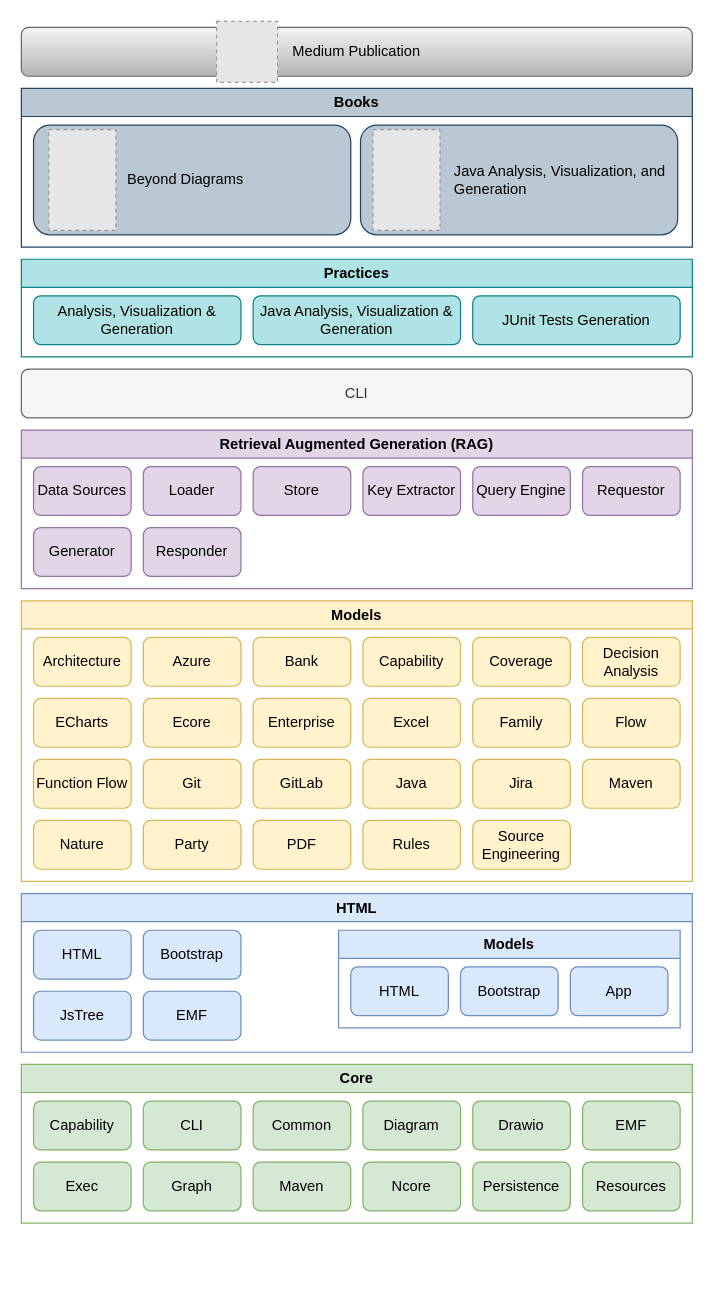
This is model/nasdanika.drawio from Nasdanika/nasdanika.github.io, a draw.io file, before an edit. Source tidied: cells renumbered, new cells numbered last; positions are measured from the earlier drawing's top-left corner, leaving out a move shared by most shapes. Both pictures are drawn from the tidied source at 122%, with x=0, y=0 at pixel (21, 21). Pictures stored in the file or linked from it are replaced by grey dashed boxes.
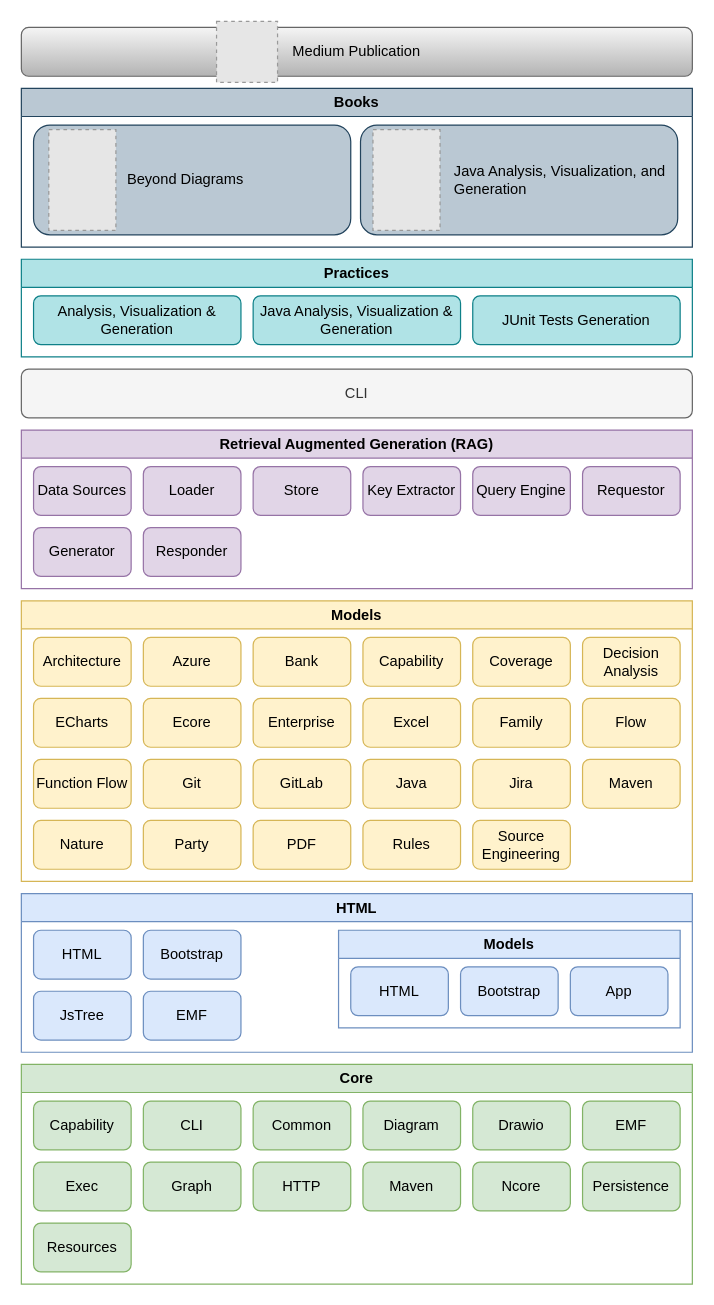
After the change.

What changed in the source:
```diff
@@
     <mxCell id="2" value="Core" style="swimlane;whiteSpace=wrap;html=1;fillColor=#d5e8d4;strokeColor=#82b366;" parent="1" vertex="1">
-      <mxGeometry y="855" width="550" height="130" as="geometry" />
+      <mxGeometry y="855" width="550" height="180" as="geometry" />
     </mxCell>
@@
     <mxCell id="4" value="Resources" style="rounded=1;whiteSpace=wrap;html=1;fillColor=#d5e8d4;strokeColor=#82b366;" parent="2" vertex="1">
-      <mxGeometry x="460" y="80" width="80" height="40" as="geometry" />
+      <mxGeometry x="10" y="130" width="80" height="40" as="geometry" />
     </mxCell>
     <mxCell id="5" value="Persistence" style="rounded=1;whiteSpace=wrap;html=1;fillColor=#d5e8d4;strokeColor=#82b366;" parent="2" vertex="1">
-      <mxGeometry x="370" y="80" width="80" height="40" as="geometry" />
+      <mxGeometry x="460" y="80" width="80" height="40" as="geometry" />
     </mxCell>
     <mxCell id="6" value="Ncore" style="rounded=1;whiteSpace=wrap;html=1;fillColor=#d5e8d4;strokeColor=#82b366;" parent="2" vertex="1">
-      <mxGeometry x="280" y="80" width="80" height="40" as="geometry" />
+      <mxGeometry x="370" y="80" width="80" height="40" as="geometry" />
     </mxCell>
@@
     <mxCell id="12" value="Maven" style="rounded=1;whiteSpace=wrap;html=1;fillColor=#d5e8d4;strokeColor=#82b366;" parent="2" vertex="1">
-      <mxGeometry x="190" y="80" width="80" height="40" as="geometry" />
+      <mxGeometry x="280" y="80" width="80" height="40" as="geometry" />
     </mxCell>
@@
+    <mxCell id="69" value="HTTP" style="rounded=1;whiteSpace=wrap;html=1;fillColor=#d5e8d4;strokeColor=#82b366;" parent="2" vertex="1">
+      <mxGeometry x="190" y="80" width="80" height="40" as="geometry" />
+    </mxCell>
```
